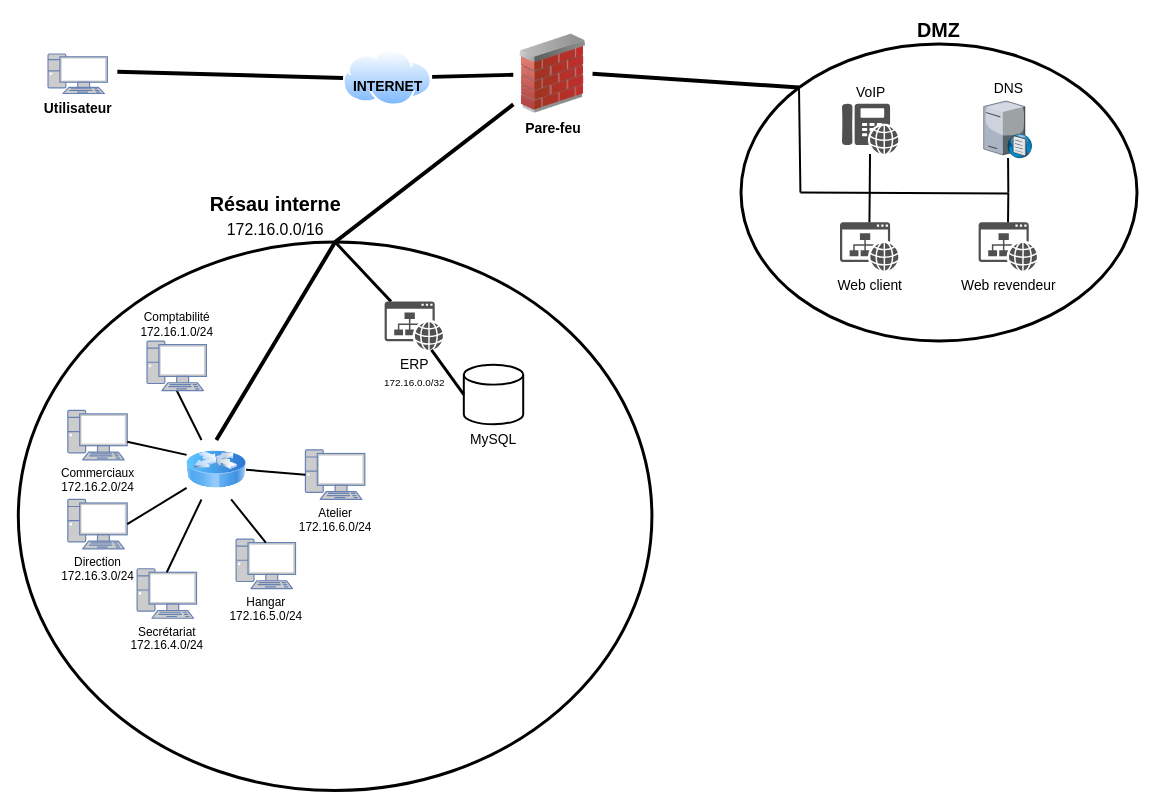
Earlier version of the draw.io diagram Documents/Rapports/Schéma réseaux.drawio (GGEphec/AdminAout). Source tidied: cells renumbered, new cells numbered last; positions are measured from the earlier drawing's top-left corner, leaving out a move shared by most shapes. Both pictures are drawn from the tidied source at 99%, with x=0, y=0 at pixel (18, 34).
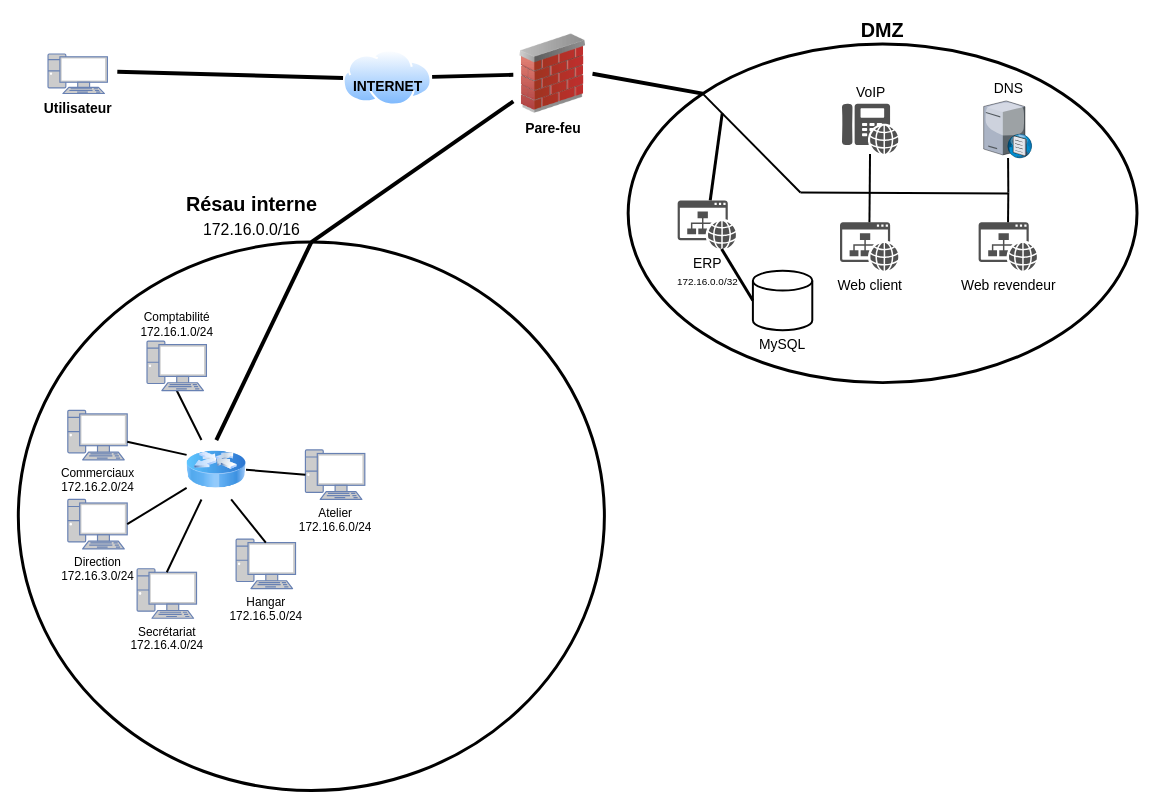
The same diagram, later.

Commit message (it also covers changes not shown here):
orthographe et schéma

Diff of the diagram source:
```diff
@@
     <mxCell id="6" value="DMZ" style="ellipse;whiteSpace=wrap;html=1;fillColor=none;spacingTop=0;fontStyle=1;fontSize=20;labelPosition=center;verticalLabelPosition=top;align=center;verticalAlign=bottom;strokeWidth=3;" parent="1" vertex="1">
-      <mxGeometry x="730" y="10" width="400" height="300" as="geometry" />
+      <mxGeometry x="616" y="10" width="514" height="342" as="geometry" />
     </mxCell>
     <mxCell id="7" value="Résau interne&lt;br&gt;&lt;span style=&quot;font-weight: normal&quot;&gt;&lt;font style=&quot;font-size: 16px&quot;&gt;172.16.0.0/16&lt;/font&gt;&lt;/span&gt;" style="ellipse;whiteSpace=wrap;html=1;fillColor=none;fontSize=20;fontStyle=1;labelPosition=center;verticalLabelPosition=top;align=center;verticalAlign=bottom;spacingLeft=-120;strokeWidth=3;" parent="1" vertex="1">
-      <mxGeometry y="210" width="640" height="554" as="geometry" />
+      <mxGeometry y="210" width="592" height="554" as="geometry" />
     </mxCell>
@@
-    <mxCell id="25" style="endArrow=none;html=1;strokeWidth=3;fillColor=#000000;fontSize=14;fontColor=#000000;entryX=0.5;entryY=0;entryDx=0;entryDy=0;" parent="1" edge="1" source="30" target="7">
-      <mxGeometry relative="1" as="geometry" />
+    <mxCell id="25" style="endArrow=none;html=1;strokeWidth=3;fillColor=#000000;fontSize=14;fontColor=#000000;" parent="1" edge="1" source="30">
+      <mxGeometry relative="1" as="geometry">
+        <mxPoint x="711" y="80" as="targetPoint" />
+      </mxGeometry>
     </mxCell>
     <mxCell id="26" value="MySQL" style="strokeWidth=2;html=1;shape=mxgraph.flowchart.database;whiteSpace=wrap;labelBackgroundColor=none;fillColor=none;fontSize=14;fontColor=#000000;labelPosition=center;verticalLabelPosition=bottom;align=center;verticalAlign=top;" parent="1" vertex="1">
-      <mxGeometry x="450" y="334" width="60" height="60" as="geometry" />
+      <mxGeometry x="742" y="239" width="60" height="60" as="geometry" />
     </mxCell>
@@
     <mxCell id="30" value="ERP&lt;br style=&quot;font-size: 12px&quot;&gt;&lt;font size=&quot;1&quot;&gt;172.16.0.0/32&lt;/font&gt;" style="shadow=0;dashed=0;html=1;strokeColor=none;fillColor=#505050;labelPosition=center;verticalLabelPosition=bottom;verticalAlign=top;outlineConnect=0;align=center;shape=mxgraph.office.concepts.website;labelBackgroundColor=none;fontSize=14;fontColor=#000000;" parent="1" vertex="1">
-      <mxGeometry x="370" y="270" width="59" height="49" as="geometry" />
+      <mxGeometry x="666" y="168" width="59" height="49" as="geometry" />
     </mxCell>
```
